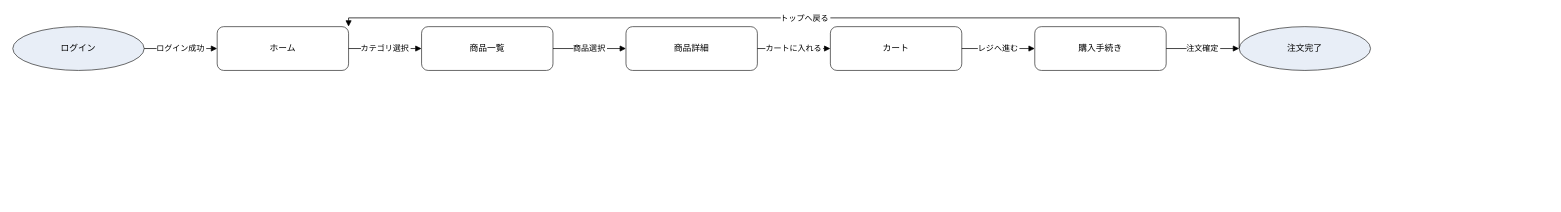
The draw.io diagram plugins/basic-design/samples/ec-screen-flow.drawio in Amatsuka-kobo/amatsuka-claude-plugins, before the edit. Source tidied: cells renumbered, new cells numbered last; positions are measured from the earlier drawing's top-left corner, leaving out a move shared by most shapes. Both pictures are drawn from the tidied source at 73%, with x=0, y=0 at pixel (12, 18).
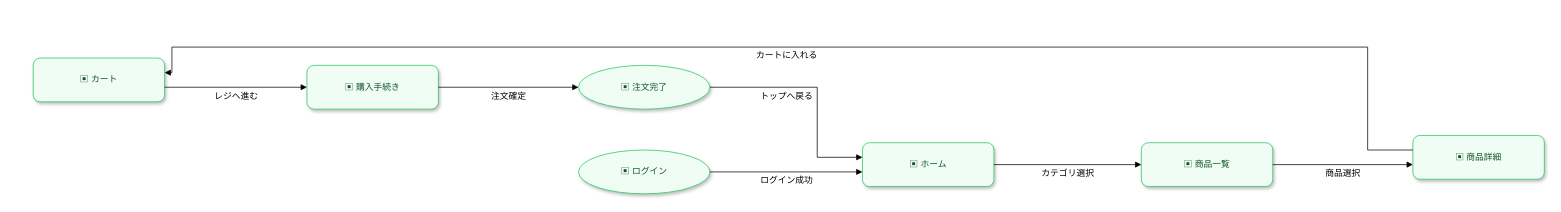
After the change.

Change to the diagram source:
```diff
@@
-    <mxCell id="2" value="ログイン" style="ellipse;whiteSpace=wrap;fillColor=#e8eef7;strokeColor=#333333;" parent="1" vertex="1">
-      <mxGeometry y="12" width="180" height="60" as="geometry" />
+    <mxCell id="2" value="▣ ログイン" style="ellipse;whiteSpace=wrap;html=1;shadow=1;fillColor=#F0FDF4;strokeColor=#22C55E;fontColor=#14532D;" parent="1" vertex="1">
+      <mxGeometry x="775" y="181" width="180" height="60" as="geometry" />
     </mxCell>
-    <mxCell id="3" value="ホーム" style="rounded=1;whiteSpace=wrap;fillColor=#ffffff;strokeColor=#333333;" parent="1" vertex="1">
-      <mxGeometry x="280" y="12" width="180" height="60" as="geometry" />
+    <mxCell id="3" value="▣ ホーム" style="rounded=1;arcSize=16;whiteSpace=wrap;html=1;shadow=1;fillColor=#F0FDF4;strokeColor=#22C55E;fontColor=#14532D;" parent="1" vertex="1">
+      <mxGeometry x="1164" y="171" width="180" height="60" as="geometry" />
     </mxCell>
-    <mxCell id="4" value="商品一覧" style="rounded=1;whiteSpace=wrap;fillColor=#ffffff;strokeColor=#333333;" parent="1" vertex="1">
-      <mxGeometry x="560" y="12" width="180" height="60" as="geometry" />
+    <mxCell id="4" value="▣ 商品一覧" style="rounded=1;arcSize=16;whiteSpace=wrap;html=1;shadow=1;fillColor=#F0FDF4;strokeColor=#22C55E;fontColor=#14532D;" parent="1" vertex="1">
+      <mxGeometry x="1546" y="171" width="180" height="60" as="geometry" />
     </mxCell>
-    <mxCell id="5" value="商品詳細" style="rounded=1;whiteSpace=wrap;fillColor=#ffffff;strokeColor=#333333;" parent="1" vertex="1">
-      <mxGeometry x="840" y="12" width="180" height="60" as="geometry" />
+    <mxCell id="5" value="▣ 商品詳細" style="rounded=1;arcSize=16;whiteSpace=wrap;html=1;shadow=1;fillColor=#F0FDF4;strokeColor=#22C55E;fontColor=#14532D;" parent="1" vertex="1">
+      <mxGeometry x="1918" y="161" width="180" height="60" as="geometry" />
     </mxCell>
-    <mxCell id="6" value="カート" style="rounded=1;whiteSpace=wrap;fillColor=#ffffff;strokeColor=#333333;" parent="1" vertex="1">
-      <mxGeometry x="1120" y="12" width="180" height="60" as="geometry" />
+    <mxCell id="6" value="▣ カート" style="rounded=1;arcSize=16;whiteSpace=wrap;html=1;shadow=1;fillColor=#F0FDF4;strokeColor=#22C55E;fontColor=#14532D;" parent="1" vertex="1">
+      <mxGeometry x="28" y="55" width="180" height="60" as="geometry" />
     </mxCell>
-    <mxCell id="7" value="購入手続き" style="rounded=1;whiteSpace=wrap;fillColor=#ffffff;strokeColor=#333333;" parent="1" vertex="1">
-      <mxGeometry x="1400" y="12" width="180" height="60" as="geometry" />
+    <mxCell id="7" value="▣ 購入手続き" style="rounded=1;arcSize=16;whiteSpace=wrap;html=1;shadow=1;fillColor=#F0FDF4;strokeColor=#22C55E;fontColor=#14532D;" parent="1" vertex="1">
+      <mxGeometry x="403" y="65" width="180" height="60" as="geometry" />
     </mxCell>
-    <mxCell id="8" value="注文完了" style="ellipse;whiteSpace=wrap;fillColor=#e8eef7;strokeColor=#333333;" parent="1" vertex="1">
-      <mxGeometry x="1680" y="12" width="180" height="60" as="geometry" />
+    <mxCell id="8" value="▣ 注文完了" style="ellipse;whiteSpace=wrap;html=1;shadow=1;fillColor=#F0FDF4;strokeColor=#22C55E;fontColor=#14532D;" parent="1" vertex="1">
+      <mxGeometry x="775" y="65" width="180" height="60" as="geometry" />
     </mxCell>
-    <mxCell id="9" value="ログイン成功" style="edgeStyle=orthogonalEdgeStyle;rounded=0;endArrow=block;endFill=1;" parent="1" edge="1" source="2" target="3">
-      <mxGeometry relative="1" as="geometry" />
+    <mxCell id="9" style="rounded=0;endArrow=block;endFill=1;" parent="1" edge="1">
+      <mxGeometry relative="1" as="geometry">
+        <mxPoint x="955" y="211" as="sourcePoint" />
+        <mxPoint x="1164" y="211" as="targetPoint" />
+      </mxGeometry>
     </mxCell>
+    <mxCell id="16" value="ログイン成功" style="text;html=1;strokeColor=none;fillColor=#FFFFFF;align=center;verticalAlign=middle;spacing=0;" parent="1" vertex="1">
+      <mxGeometry x="1030.5" y="214" width="58" height="18" as="geometry" />
+    </mxCell>
-    <mxCell id="10" value="カテゴリ選択" style="edgeStyle=orthogonalEdgeStyle;rounded=0;endArrow=block;endFill=1;" parent="1" edge="1" source="3" target="4">
-      <mxGeometry relative="1" as="geometry" />
+    <mxCell id="10" style="rounded=0;endArrow=block;endFill=1;" parent="1" edge="1">
+      <mxGeometry relative="1" as="geometry">
+        <mxPoint x="1344" y="201" as="sourcePoint" />
+        <mxPoint x="1546" y="201" as="targetPoint" />
+      </mxGeometry>
     </mxCell>
+    <mxCell id="17" value="カテゴリ選択" style="text;html=1;strokeColor=none;fillColor=#FFFFFF;align=center;verticalAlign=middle;spacing=0;" parent="1" vertex="1">
+      <mxGeometry x="1416" y="204" width="58" height="18" as="geometry" />
+    </mxCell>
-    <mxCell id="11" value="商品選択" style="edgeStyle=orthogonalEdgeStyle;rounded=0;endArrow=block;endFill=1;" parent="1" edge="1" source="4" target="5">
-      <mxGeometry relative="1" as="geometry" />
+    <mxCell id="11" style="rounded=0;endArrow=block;endFill=1;" parent="1" edge="1">
+      <mxGeometry relative="1" as="geometry">
+        <mxPoint x="1726" y="201" as="sourcePoint" />
+        <mxPoint x="1918" y="201" as="targetPoint" />
+      </mxGeometry>
     </mxCell>
+    <mxCell id="18" value="商品選択" style="text;html=1;strokeColor=none;fillColor=#FFFFFF;align=center;verticalAlign=middle;spacing=0;" parent="1" vertex="1">
+      <mxGeometry x="1798" y="204" width="48" height="18" as="geometry" />
+    </mxCell>
-    <mxCell id="12" value="カートに入れる" style="edgeStyle=orthogonalEdgeStyle;rounded=0;endArrow=block;endFill=1;" parent="1" edge="1" source="5" target="6">
-      <mxGeometry relative="1" as="geometry" />
+    <mxCell id="12" style="rounded=0;endArrow=block;endFill=1;" parent="1" edge="1">
+      <mxGeometry relative="1" as="geometry">
+        <mxPoint x="1918" y="181" as="sourcePoint" />
+        <mxPoint x="208" y="75" as="targetPoint" />
+        <Array as="points">
+          <mxPoint x="1856" y="181" />
+          <mxPoint x="1856" y="40" />
+          <mxPoint x="218" y="40" />
+          <mxPoint x="218" y="75" />
+        </Array>
+      </mxGeometry>
     </mxCell>
+    <mxCell id="19" value="カートに入れる" style="text;html=1;strokeColor=none;fillColor=#FFFFFF;align=center;verticalAlign=middle;spacing=0;" parent="1" vertex="1">
+      <mxGeometry x="1027" y="43" width="65" height="18" as="geometry" />
+    </mxCell>
-    <mxCell id="13" value="レジへ進む" style="edgeStyle=orthogonalEdgeStyle;rounded=0;endArrow=block;endFill=1;" parent="1" edge="1" source="6" target="7">
-      <mxGeometry relative="1" as="geometry" />
+    <mxCell id="13" style="rounded=0;endArrow=block;endFill=1;" parent="1" edge="1">
+      <mxGeometry relative="1" as="geometry">
+        <mxPoint x="208" y="95" as="sourcePoint" />
+        <mxPoint x="403" y="95" as="targetPoint" />
+      </mxGeometry>
     </mxCell>
+    <mxCell id="20" value="レジへ進む" style="text;html=1;strokeColor=none;fillColor=#FFFFFF;align=center;verticalAlign=middle;spacing=0;" parent="1" vertex="1">
+      <mxGeometry x="280" y="98" width="51" height="18" as="geometry" />
+    </mxCell>
-    <mxCell id="14" value="注文確定" style="edgeStyle=orthogonalEdgeStyle;rounded=0;endArrow=block;endFill=1;" parent="1" edge="1" source="7" target="8">
-      <mxGeometry relative="1" as="geometry" />
+    <mxCell id="14" style="rounded=0;endArrow=block;endFill=1;" parent="1" edge="1">
+      <mxGeometry relative="1" as="geometry">
+        <mxPoint x="583" y="95" as="sourcePoint" />
+        <mxPoint x="775" y="95" as="targetPoint" />
+      </mxGeometry>
     </mxCell>
+    <mxCell id="21" value="注文確定" style="text;html=1;strokeColor=none;fillColor=#FFFFFF;align=center;verticalAlign=middle;spacing=0;" parent="1" vertex="1">
+      <mxGeometry x="655" y="98" width="48" height="18" as="geometry" />
+    </mxCell>
-    <mxCell id="15" value="トップへ戻る" style="edgeStyle=orthogonalEdgeStyle;rounded=0;endArrow=block;endFill=1;" parent="1" edge="1" source="8" target="3">
+    <mxCell id="15" style="rounded=0;endArrow=block;endFill=1;" parent="1" edge="1">
       <mxGeometry relative="1" as="geometry">
+        <mxPoint x="955" y="95" as="sourcePoint" />
+        <mxPoint x="1164" y="191" as="targetPoint" />
         <Array as="points">
-          <mxPoint x="1680" />
-          <mxPoint x="460" />
+          <mxPoint x="1102" y="95" />
+          <mxPoint x="1102" y="191" />
         </Array>
       </mxGeometry>
     </mxCell>
+    <mxCell id="22" value="トップへ戻る" style="text;html=1;strokeColor=none;fillColor=#FFFFFF;align=center;verticalAlign=middle;spacing=0;" parent="1" vertex="1">
+      <mxGeometry x="1030.5" y="98" width="58" height="18" as="geometry" />
+    </mxCell>
```
